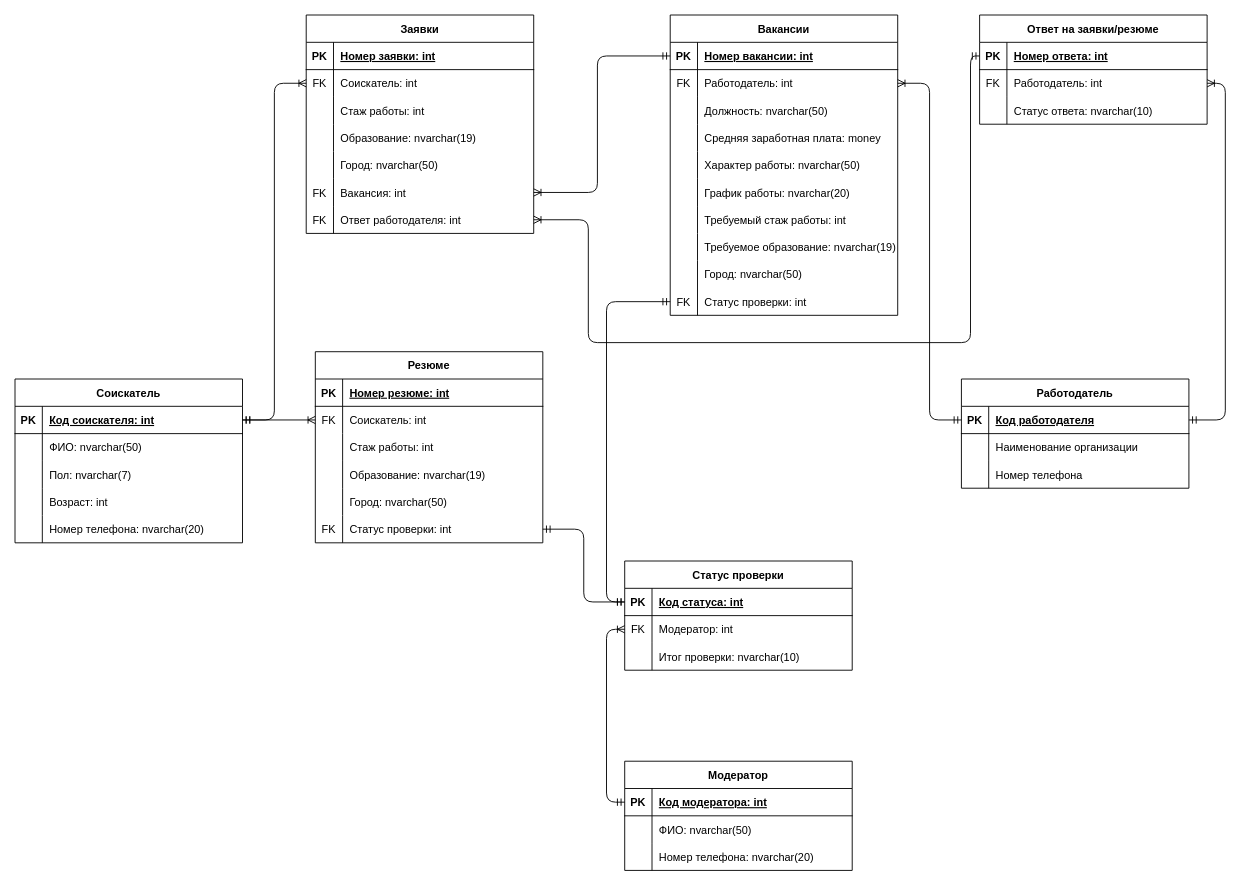
FullOfDelirium/Employment-agency keeps this draw.io diagram as Diagrams/Entity Relationship Diagram.drawio. Above is the earlier version. Source tidied: cells renumbered, new cells numbered last; positions are measured from the earlier drawing's top-left corner, leaving out a move shared by most shapes. Both pictures are drawn from the tidied source at 91%, with x=0, y=0 at pixel (15, 15).
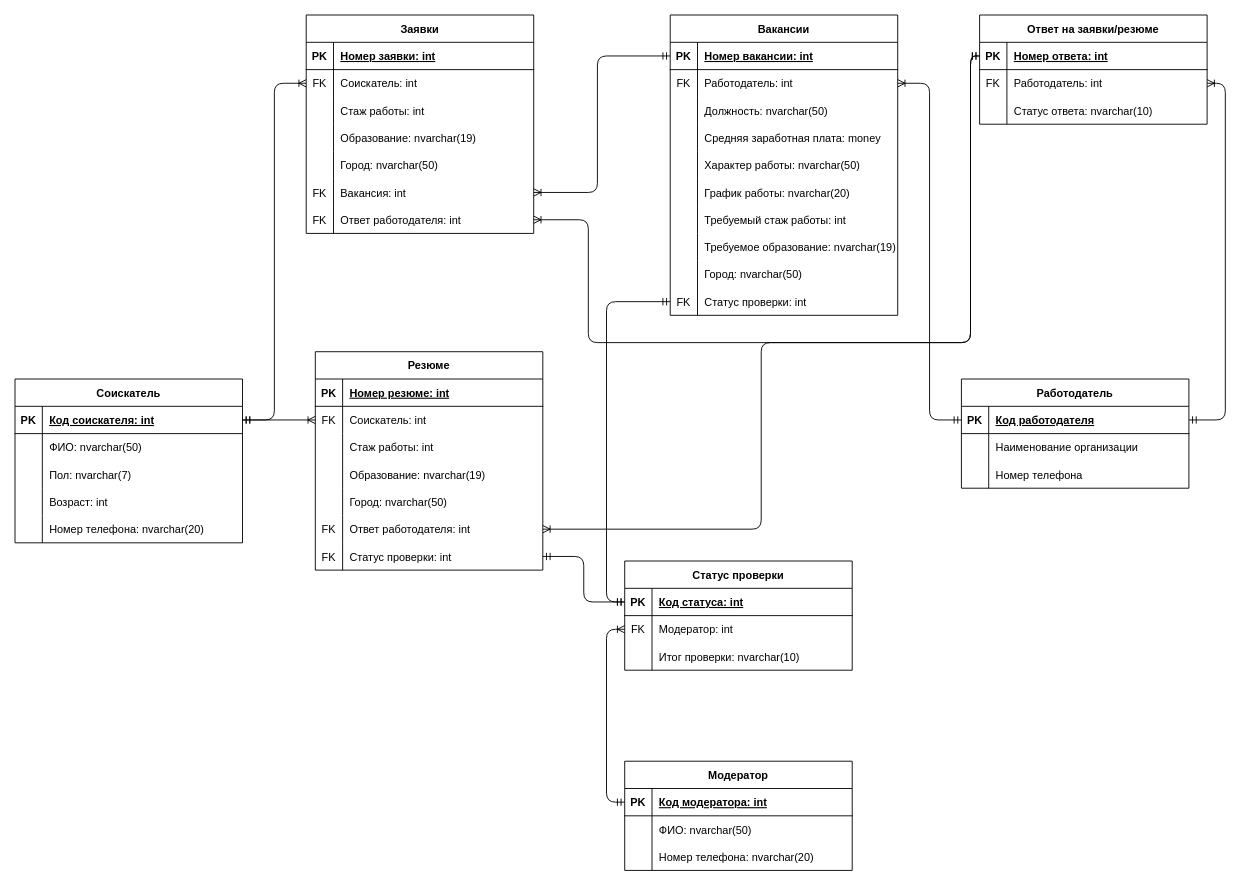
The same diagram, later.

The change refers to these unchanged cells:
```xml
<mxCell id="114" style="shape=partialRectangle;fillColor=none;points=[[0,0.5],[1,0.5]];portConstraint=eastwest;top=0;left=0;right=0;bottom=1;" parent="113" vertex="1">
  <mxGeometry y="30" width="250" height="30" as="geometry" />
</mxCell>
```

Change to the diagram source:
```diff
@@
     <mxCell id="2" value="Резюме" style="shape=table;startSize=30;childLayout=tableLayout;rowLines=0;fontStyle=1;align=center;fontColor=default;" parent="1" vertex="1">
-      <mxGeometry x="330" y="370" width="250" height="210" as="geometry" />
+      <mxGeometry x="330" y="370" width="250" height="240" as="geometry" />
     </mxCell>
@@
+    <mxCell id="139" style="shape=partialRectangle;fillColor=none;points=[[0,0.5],[1,0.5]];portConstraint=eastwest;top=0;left=0;right=0;bottom=0;" parent="2" vertex="1">
+      <mxGeometry y="180" width="250" height="30" as="geometry" />
+    </mxCell>
+    <mxCell id="140" value="FK" style="shape=partialRectangle;overflow=hidden;fillColor=none;top=0;left=0;bottom=0;right=0;" parent="139" vertex="1">
+      <mxGeometry width="30" height="30" as="geometry" />
+    </mxCell>
+    <mxCell id="141" value="Ответ работодателя: int" style="shape=partialRectangle;overflow=hidden;fillColor=none;top=0;left=0;bottom=0;right=0;align=left;spacingLeft=6;" parent="139" vertex="1">
+      <mxGeometry x="30" width="220" height="30" as="geometry" />
+    </mxCell>
     <mxCell id="18" style="shape=partialRectangle;fillColor=none;points=[[0,0.5],[1,0.5]];portConstraint=eastwest;top=0;left=0;right=0;bottom=0;" parent="2" vertex="1">
-      <mxGeometry y="180" width="250" height="30" as="geometry" />
+      <mxGeometry y="210" width="250" height="30" as="geometry" />
     </mxCell>
@@
+    <mxCell id="142" style="edgeStyle=orthogonalEdgeStyle;rounded=1;jettySize=auto;html=1;entryX=1;entryY=0.5;entryDx=0;entryDy=0;startArrow=ERmandOne;startFill=0;endArrow=ERoneToMany;endFill=0;" parent="1" edge="1" source="114" target="139">
+      <mxGeometry relative="1" as="geometry">
+        <Array as="points">
+          <mxPoint x="1050" y="45" />
+          <mxPoint x="1050" y="360" />
+          <mxPoint x="820" y="360" />
+          <mxPoint x="820" y="565" />
+        </Array>
+      </mxGeometry>
+    </mxCell>
```
